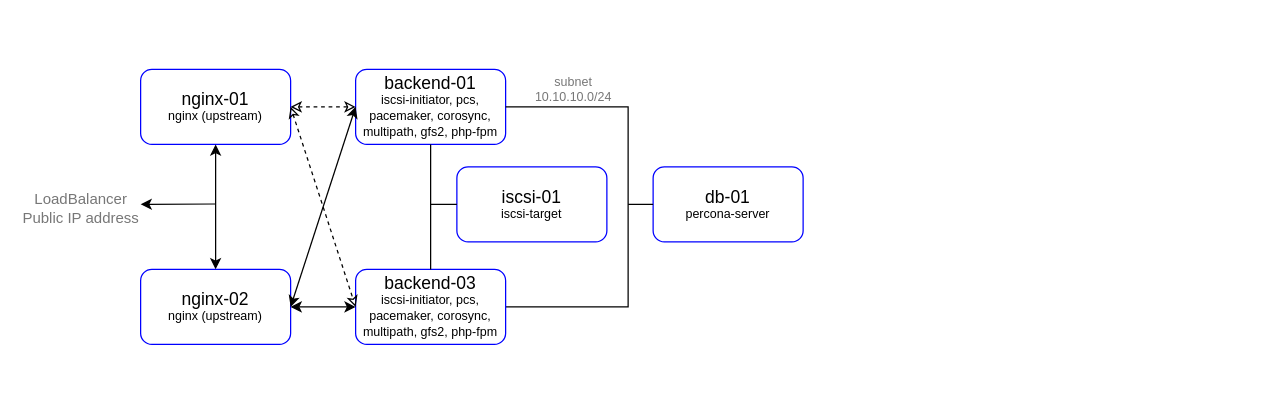
Above: pics/infra.drawio in SergSha/lab-07 (draw.io), before the change. Source tidied: cells renumbered, new cells numbered last; positions are measured from the earlier drawing's top-left corner, leaving out a move shared by most shapes. Both pictures are drawn from the tidied source at 125%, with x=0, y=0 at pixel (80, 69).
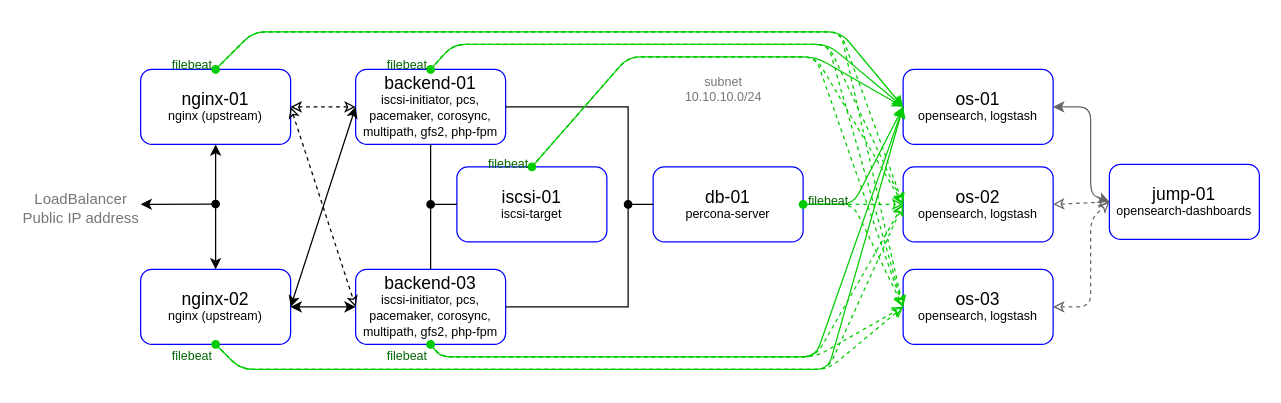
After the change.

Unchanged cells that the change refers to:
```xml
<mxCell id="2" value="&lt;p style=&quot;line-height: 100%&quot;&gt;&lt;font&gt;&lt;span style=&quot;font-size: 14px&quot;&gt;db-01&lt;br&gt;&lt;/span&gt;&lt;/font&gt;&lt;span style=&quot;font-size: 10px&quot;&gt;percona-server&lt;/span&gt;&lt;br&gt;&lt;/p&gt;" style="rounded=1;whiteSpace=wrap;html=1;strokeColor=#0000FF;" parent="1" vertex="1">
  <mxGeometry x="458" y="78" width="120" height="60" as="geometry" />
</mxCell>
<mxCell id="3" value="&lt;p style=&quot;line-height: 100%&quot;&gt;&lt;span style=&quot;font-size: 14px&quot;&gt;backend-01&lt;/span&gt;&lt;br&gt;&lt;span style=&quot;font-size: 10px&quot;&gt;iscsi-initiator, pcs, pacemaker, corosync, multipath, gfs2, php-fpm&lt;/span&gt;&lt;br&gt;&lt;/p&gt;" style="rounded=1;whiteSpace=wrap;html=1;strokeColor=#0000FF;" parent="1" vertex="1">
  <mxGeometry x="220" width="120" height="60" as="geometry" />
</mxCell>
<mxCell id="4" value="&lt;p style=&quot;line-height: 100%&quot;&gt;&lt;span style=&quot;font-size: 14px&quot;&gt;nginx-01&lt;/span&gt;&lt;br&gt;&lt;span style=&quot;font-size: 10px&quot;&gt;nginx (upstream)&lt;/span&gt;&lt;br&gt;&lt;/p&gt;" style="rounded=1;whiteSpace=wrap;html=1;strokeColor=#0000FF;" parent="1" vertex="1">
  <mxGeometry x="48" width="120" height="60" as="geometry" />
</mxCell>
<mxCell id="8" value="&lt;p style=&quot;line-height: 100%&quot;&gt;&lt;span style=&quot;font-size: 14px&quot;&gt;backend-03&lt;/span&gt;&lt;br&gt;&lt;span style=&quot;font-size: 10px&quot;&gt;iscsi-initiator, pcs, pacemaker, corosync, multipath, gfs2, php-fpm&lt;/span&gt;&lt;br&gt;&lt;/p&gt;" style="rounded=1;whiteSpace=wrap;html=1;strokeColor=#0000FF;" parent="1" vertex="1">
  <mxGeometry x="220" y="160" width="120" height="60" as="geometry" />
</mxCell>
<mxCell id="10" value="&lt;p style=&quot;line-height: 100%&quot;&gt;&lt;span style=&quot;font-size: 14px&quot;&gt;nginx-02&lt;/span&gt;&lt;br&gt;&lt;span style=&quot;font-size: 10px&quot;&gt;nginx (upstream)&lt;/span&gt;&lt;br&gt;&lt;/p&gt;" style="rounded=1;whiteSpace=wrap;html=1;strokeColor=#0000FF;" parent="1" vertex="1">
  <mxGeometry x="48" y="160" width="120" height="60" as="geometry" />
</mxCell>
<mxCell id="17" value="&lt;p style=&quot;line-height: 100%&quot;&gt;&lt;span style=&quot;font-size: 14px&quot;&gt;iscsi-01&lt;/span&gt;&lt;br&gt;&lt;span style=&quot;font-size: 10px&quot;&gt;iscsi-target&lt;/span&gt;&lt;br&gt;&lt;/p&gt;" style="rounded=1;whiteSpace=wrap;html=1;strokeColor=#0000FF;" parent="1" vertex="1">
  <mxGeometry x="301" y="78" width="120" height="60" as="geometry" />
</mxCell>
```

What changed in the source:
```diff
@@
-    <mxCell id="5" style="endArrow=none;html=1;rounded=0;exitX=0;exitY=0.5;exitDx=0;exitDy=0;" parent="1" edge="1" source="2">
+    <mxCell id="5" style="endArrow=oval;html=1;rounded=0;exitX=0;exitY=0.5;exitDx=0;exitDy=0;startArrow=none;startFill=0;endFill=1;" parent="1" edge="1" source="2">
       <mxGeometry relative="1" as="geometry">
         <mxPoint x="438" y="108" as="targetPoint" />
       </mxGeometry>
     </mxCell>
@@
     <mxCell id="9" value="&lt;font style=&quot;font-size: 10px&quot;&gt;subnet&lt;br&gt;10.10.10.0/24&lt;/font&gt;" style="edgeLabel;html=1;align=center;verticalAlign=middle;fontSize=8;fontColor=#777777;" parent="1" vertex="1">
-      <mxGeometry x="398" y="17" as="geometry">
+      <mxGeometry x="518" y="17" as="geometry">
         <mxPoint x="-5" y="-2" as="offset" />
       </mxGeometry>
     </mxCell>
@@
-    <mxCell id="12" style="endArrow=none;html=1;startArrow=classic;startFill=1;" parent="1" edge="1">
+    <mxCell id="12" style="endArrow=oval;html=1;startArrow=classic;startFill=1;endFill=1;" parent="1" edge="1">
       <mxGeometry relative="1" as="geometry">
         <mxPoint x="48" y="108" as="sourcePoint" />
         <mxPoint x="108" y="107.7" as="targetPoint" />
       </mxGeometry>
     </mxCell>
@@
-    <mxCell id="19" style="endArrow=none;html=1;strokeColor=#000000;entryX=0;entryY=0.5;entryDx=0;entryDy=0;" parent="1" edge="1" target="17">
+    <mxCell id="19" style="endArrow=none;html=1;strokeColor=#000000;entryX=0;entryY=0.5;entryDx=0;entryDy=0;startArrow=oval;startFill=1;" parent="1" edge="1" target="17">
       <mxGeometry relative="1" as="geometry">
         <mxPoint x="280" y="108" as="sourcePoint" />
       </mxGeometry>
     </mxCell>
@@
+    <mxCell id="21" value="&lt;p style=&quot;line-height: 100%&quot;&gt;&lt;font&gt;&lt;span style=&quot;font-size: 14px&quot;&gt;os-02&lt;br&gt;&lt;/span&gt;&lt;/font&gt;&lt;span style=&quot;font-size: 10px&quot;&gt;opensearch, logstash&lt;/span&gt;&lt;/p&gt;" style="rounded=1;whiteSpace=wrap;html=1;strokeColor=#0000FF;" parent="1" vertex="1">
+      <mxGeometry x="658" y="78" width="120" height="60" as="geometry" />
+    </mxCell>
+    <mxCell id="22" value="&lt;p style=&quot;line-height: 100%&quot;&gt;&lt;font&gt;&lt;span style=&quot;font-size: 14px&quot;&gt;os-01&lt;br&gt;&lt;/span&gt;&lt;/font&gt;&lt;span style=&quot;font-size: 10px&quot;&gt;opensearch, logstash&lt;/span&gt;&lt;/p&gt;" style="rounded=1;whiteSpace=wrap;html=1;strokeColor=#0000FF;" parent="1" vertex="1">
+      <mxGeometry x="658" width="120" height="60" as="geometry" />
+    </mxCell>
+    <mxCell id="23" value="&lt;p style=&quot;line-height: 100%&quot;&gt;&lt;font&gt;&lt;span style=&quot;font-size: 14px&quot;&gt;os-03&lt;br&gt;&lt;/span&gt;&lt;/font&gt;&lt;span style=&quot;font-size: 10px&quot;&gt;opensearch, logstash&lt;/span&gt;&lt;/p&gt;" style="rounded=1;whiteSpace=wrap;html=1;strokeColor=#0000FF;" parent="1" vertex="1">
+      <mxGeometry x="658" y="160" width="120" height="60" as="geometry" />
+    </mxCell>
+    <mxCell id="24" style="endArrow=classic;html=1;exitX=0.5;exitY=0;exitDx=0;exitDy=0;entryX=0;entryY=0.5;entryDx=0;entryDy=0;strokeColor=#00CC00;startArrow=oval;startFill=1;" parent="1" edge="1" source="4" target="22">
+      <mxGeometry relative="1" as="geometry">
+        <Array as="points">
+          <mxPoint x="138" y="-30" />
+          <mxPoint x="608" y="-30" />
+        </Array>
+      </mxGeometry>
+    </mxCell>
+    <mxCell id="25" style="endArrow=classic;html=1;exitX=0.5;exitY=1;exitDx=0;exitDy=0;entryX=0;entryY=0.5;entryDx=0;entryDy=0;strokeColor=#00CC00;startArrow=oval;startFill=1;" parent="1" edge="1" source="10" target="22">
+      <mxGeometry relative="1" as="geometry">
+        <Array as="points">
+          <mxPoint x="128" y="240" />
+          <mxPoint x="598" y="240" />
+        </Array>
+      </mxGeometry>
+    </mxCell>
+    <mxCell id="26" style="endArrow=classic;html=1;exitX=0.5;exitY=0;exitDx=0;exitDy=0;strokeColor=#00CC00;entryX=0;entryY=0.5;entryDx=0;entryDy=0;startArrow=oval;startFill=1;" parent="1" edge="1" source="3" target="22">
+      <mxGeometry relative="1" as="geometry">
+        <Array as="points">
+          <mxPoint x="298" y="-20" />
+          <mxPoint x="598" y="-20" />
+        </Array>
+      </mxGeometry>
+    </mxCell>
+    <mxCell id="27" style="endArrow=classic;html=1;exitX=0.5;exitY=1;exitDx=0;exitDy=0;strokeColor=#00CC00;entryX=0;entryY=0.5;entryDx=0;entryDy=0;startArrow=oval;startFill=1;" parent="1" edge="1" source="8" target="22">
+      <mxGeometry relative="1" as="geometry">
+        <Array as="points">
+          <mxPoint x="288" y="230" />
+          <mxPoint x="588" y="230" />
+        </Array>
+      </mxGeometry>
+    </mxCell>
+    <mxCell id="28" style="endArrow=classic;html=1;entryX=0;entryY=0.5;entryDx=0;entryDy=0;strokeColor=#00CC00;exitX=1;exitY=0.5;exitDx=0;exitDy=0;startArrow=oval;startFill=1;" parent="1" edge="1" source="2" target="22">
+      <mxGeometry relative="1" as="geometry">
+        <Array as="points">
+          <mxPoint x="618" y="108" />
+        </Array>
+      </mxGeometry>
+    </mxCell>
+    <mxCell id="29" style="endArrow=classic;html=1;exitX=0.5;exitY=0;exitDx=0;exitDy=0;strokeColor=#00CC00;entryX=0;entryY=0.5;entryDx=0;entryDy=0;startArrow=oval;startFill=1;" parent="1" edge="1" source="17" target="22">
+      <mxGeometry relative="1" as="geometry">
+        <Array as="points">
+          <mxPoint x="438" y="-10" />
+          <mxPoint x="588" y="-10" />
+        </Array>
+      </mxGeometry>
+    </mxCell>
+    <mxCell id="30" style="endArrow=classic;html=1;exitX=0.5;exitY=0;exitDx=0;exitDy=0;entryX=0;entryY=0.5;entryDx=0;entryDy=0;strokeColor=#00CC00;dashed=1;endFill=0;" parent="1" edge="1" target="21">
+      <mxGeometry relative="1" as="geometry">
+        <mxPoint x="108" as="sourcePoint" />
+        <Array as="points">
+          <mxPoint x="138" y="-30" />
+          <mxPoint x="608" y="-30" />
+        </Array>
+      </mxGeometry>
+    </mxCell>
+    <mxCell id="31" style="endArrow=classic;html=1;exitX=0.5;exitY=0;exitDx=0;exitDy=0;entryX=0;entryY=0.5;entryDx=0;entryDy=0;strokeColor=#00CC00;dashed=1;endFill=0;" parent="1" edge="1" target="23">
+      <mxGeometry relative="1" as="geometry">
+        <mxPoint x="108" as="sourcePoint" />
+        <Array as="points">
+          <mxPoint x="138" y="-30" />
+          <mxPoint x="608" y="-30" />
+        </Array>
+      </mxGeometry>
+    </mxCell>
+    <mxCell id="32" style="endArrow=classic;html=1;exitX=0.5;exitY=0;exitDx=0;exitDy=0;strokeColor=#00CC00;dashed=1;endFill=0;entryX=0;entryY=0.5;entryDx=0;entryDy=0;" parent="1" edge="1" target="21">
+      <mxGeometry relative="1" as="geometry">
+        <mxPoint x="280" as="sourcePoint" />
+        <Array as="points">
+          <mxPoint x="298" y="-20" />
+          <mxPoint x="598" y="-20" />
+        </Array>
+      </mxGeometry>
+    </mxCell>
+    <mxCell id="33" style="endArrow=classic;html=1;exitX=0.5;exitY=0;exitDx=0;exitDy=0;strokeColor=#00CC00;dashed=1;endFill=0;entryX=0;entryY=0.5;entryDx=0;entryDy=0;" parent="1" edge="1" target="23">
+      <mxGeometry relative="1" as="geometry">
+        <mxPoint x="280" as="sourcePoint" />
+        <Array as="points">
+          <mxPoint x="298" y="-20" />
+          <mxPoint x="598" y="-20" />
+        </Array>
+      </mxGeometry>
+    </mxCell>
+    <mxCell id="34" style="endArrow=classic;html=1;exitX=0.5;exitY=0;exitDx=0;exitDy=0;strokeColor=#00CC00;dashed=1;endFill=0;entryX=0;entryY=0.5;entryDx=0;entryDy=0;" parent="1" edge="1" target="21">
+      <mxGeometry relative="1" as="geometry">
+        <mxPoint x="361" y="78" as="sourcePoint" />
+        <Array as="points">
+          <mxPoint x="438" y="-10" />
+          <mxPoint x="588" y="-10" />
+        </Array>
+      </mxGeometry>
+    </mxCell>
+    <mxCell id="35" style="endArrow=classic;html=1;exitX=0.5;exitY=0;exitDx=0;exitDy=0;strokeColor=#00CC00;dashed=1;endFill=0;entryX=0;entryY=0.5;entryDx=0;entryDy=0;" parent="1" edge="1" target="23">
+      <mxGeometry relative="1" as="geometry">
+        <mxPoint x="361" y="78" as="sourcePoint" />
+        <Array as="points">
+          <mxPoint x="438" y="-10" />
+          <mxPoint x="588" y="-10" />
+        </Array>
+      </mxGeometry>
+    </mxCell>
+    <mxCell id="36" style="endArrow=classic;html=1;strokeColor=#00CC00;exitX=1;exitY=0.5;exitDx=0;exitDy=0;dashed=1;endFill=0;entryX=0;entryY=0.5;entryDx=0;entryDy=0;" parent="1" edge="1" target="21">
+      <mxGeometry relative="1" as="geometry">
+        <mxPoint x="578" y="108" as="sourcePoint" />
+        <Array as="points">
+          <mxPoint x="618" y="108" />
+        </Array>
+      </mxGeometry>
+    </mxCell>
+    <mxCell id="37" style="endArrow=classic;html=1;strokeColor=#00CC00;exitX=1;exitY=0.5;exitDx=0;exitDy=0;dashed=1;endFill=0;entryX=0;entryY=0.5;entryDx=0;entryDy=0;" parent="1" edge="1" target="23">
+      <mxGeometry relative="1" as="geometry">
+        <mxPoint x="578" y="108" as="sourcePoint" />
+        <Array as="points">
+          <mxPoint x="618" y="108" />
+        </Array>
+      </mxGeometry>
+    </mxCell>
+    <mxCell id="38" style="endArrow=classic;html=1;exitX=0.5;exitY=1;exitDx=0;exitDy=0;strokeColor=#00CC00;dashed=1;endFill=0;entryX=0;entryY=0.5;entryDx=0;entryDy=0;" parent="1" edge="1" target="21">
+      <mxGeometry relative="1" as="geometry">
+        <mxPoint x="280" y="220" as="sourcePoint" />
+        <Array as="points">
+          <mxPoint x="288" y="230" />
+          <mxPoint x="588" y="230" />
+        </Array>
+      </mxGeometry>
+    </mxCell>
+    <mxCell id="39" style="endArrow=classic;html=1;exitX=0.5;exitY=1;exitDx=0;exitDy=0;strokeColor=#00CC00;dashed=1;endFill=0;entryX=0;entryY=0.5;entryDx=0;entryDy=0;" parent="1" edge="1" target="23">
+      <mxGeometry relative="1" as="geometry">
+        <mxPoint x="281" y="220" as="sourcePoint" />
+        <Array as="points">
+          <mxPoint x="288" y="230" />
+          <mxPoint x="588" y="230" />
+        </Array>
+      </mxGeometry>
+    </mxCell>
+    <mxCell id="40" style="endArrow=classic;html=1;exitX=0.5;exitY=1;exitDx=0;exitDy=0;strokeColor=#00CC00;dashed=1;endFill=0;entryX=0;entryY=0.5;entryDx=0;entryDy=0;" parent="1" edge="1" target="21">
+      <mxGeometry relative="1" as="geometry">
+        <mxPoint x="108" y="220" as="sourcePoint" />
+        <Array as="points">
+          <mxPoint x="128" y="240" />
+          <mxPoint x="598" y="240" />
+        </Array>
+      </mxGeometry>
+    </mxCell>
+    <mxCell id="41" style="endArrow=classic;html=1;exitX=0.5;exitY=1;exitDx=0;exitDy=0;strokeColor=#00CC00;dashed=1;endFill=0;entryX=0;entryY=0.5;entryDx=0;entryDy=0;" parent="1" edge="1" target="23">
+      <mxGeometry relative="1" as="geometry">
+        <mxPoint x="108" y="220" as="sourcePoint" />
+        <Array as="points">
+          <mxPoint x="128" y="240" />
+          <mxPoint x="598" y="240" />
+        </Array>
+      </mxGeometry>
+    </mxCell>
+    <mxCell id="42" value="&lt;span style=&quot;font-size: 10px&quot;&gt;&lt;font color=&quot;#006600&quot;&gt;filebeat&lt;/font&gt;&lt;/span&gt;" style="edgeLabel;html=1;align=center;verticalAlign=middle;fontSize=8;fontColor=#777777;labelBackgroundColor=none;" parent="1" vertex="1">
+      <mxGeometry x="94" y="-3" as="geometry">
+        <mxPoint x="-6" y="-2" as="offset" />
+      </mxGeometry>
+    </mxCell>
+    <mxCell id="43" value="&lt;span style=&quot;font-size: 10px&quot;&gt;&lt;font color=&quot;#006600&quot;&gt;filebeat&lt;/font&gt;&lt;/span&gt;" style="edgeLabel;html=1;align=center;verticalAlign=middle;fontSize=8;fontColor=#777777;labelBackgroundColor=none;" parent="1" vertex="1">
+      <mxGeometry x="266" y="-3" as="geometry">
+        <mxPoint x="-6" y="-2" as="offset" />
+      </mxGeometry>
+    </mxCell>
+    <mxCell id="44" value="&lt;span style=&quot;font-size: 10px&quot;&gt;&lt;font color=&quot;#006600&quot;&gt;filebeat&lt;/font&gt;&lt;/span&gt;" style="edgeLabel;html=1;align=center;verticalAlign=middle;fontSize=8;fontColor=#777777;labelBackgroundColor=none;" parent="1" vertex="1">
+      <mxGeometry x="347" y="76" as="geometry">
+        <mxPoint x="-6" y="-2" as="offset" />
+      </mxGeometry>
+    </mxCell>
+    <mxCell id="45" value="&lt;span style=&quot;font-size: 10px&quot;&gt;&lt;font color=&quot;#006600&quot;&gt;filebeat&lt;/font&gt;&lt;/span&gt;" style="edgeLabel;html=1;align=center;verticalAlign=middle;fontSize=8;fontColor=#777777;labelBackgroundColor=none;" parent="1" vertex="1">
+      <mxGeometry x="94" y="230" as="geometry">
+        <mxPoint x="-6" y="-2" as="offset" />
+      </mxGeometry>
+    </mxCell>
+    <mxCell id="46" value="&lt;span style=&quot;font-size: 10px&quot;&gt;&lt;font color=&quot;#006600&quot;&gt;filebeat&lt;/font&gt;&lt;/span&gt;" style="edgeLabel;html=1;align=center;verticalAlign=middle;fontSize=8;fontColor=#777777;labelBackgroundColor=none;" parent="1" vertex="1">
+      <mxGeometry x="266" y="230" as="geometry">
+        <mxPoint x="-6" y="-2" as="offset" />
+      </mxGeometry>
+    </mxCell>
+    <mxCell id="47" value="&lt;span style=&quot;font-size: 10px&quot;&gt;&lt;font color=&quot;#006600&quot;&gt;filebeat&lt;/font&gt;&lt;/span&gt;" style="edgeLabel;html=1;align=center;verticalAlign=middle;fontSize=8;fontColor=#777777;labelBackgroundColor=none;" parent="1" vertex="1">
+      <mxGeometry x="603" y="106" as="geometry">
+        <mxPoint x="-6" y="-2" as="offset" />
+      </mxGeometry>
+    </mxCell>
+    <mxCell id="48" value="&lt;p style=&quot;line-height: 100%&quot;&gt;&lt;font&gt;&lt;span style=&quot;font-size: 14px&quot;&gt;jump-01&lt;br&gt;&lt;/span&gt;&lt;/font&gt;&lt;span style=&quot;font-size: 10px&quot;&gt;opensearch-dashboards&lt;/span&gt;&lt;/p&gt;" style="rounded=1;whiteSpace=wrap;html=1;strokeColor=#0000FF;" parent="1" vertex="1">
+      <mxGeometry x="823" y="76" width="120" height="60" as="geometry" />
+    </mxCell>
+    <mxCell id="49" style="endArrow=classic;startArrow=classic;html=1;exitX=1;exitY=0.5;exitDx=0;exitDy=0;entryX=0;entryY=0.5;entryDx=0;entryDy=0;strokeColor=#666666;" parent="1" edge="1" source="22" target="48">
+      <mxGeometry relative="1" as="geometry">
+        <Array as="points">
+          <mxPoint x="808" y="30" />
+          <mxPoint x="808" y="100" />
+        </Array>
+      </mxGeometry>
+    </mxCell>
+    <mxCell id="50" style="endArrow=classic;startArrow=classic;html=1;exitX=1;exitY=0.5;exitDx=0;exitDy=0;entryX=0;entryY=0.5;entryDx=0;entryDy=0;strokeColor=#666666;dashed=1;endFill=0;startFill=0;" parent="1" edge="1" source="21" target="48">
+      <mxGeometry relative="1" as="geometry" />
+    </mxCell>
+    <mxCell id="51" style="endArrow=classic;startArrow=classic;html=1;exitX=1;exitY=0.5;exitDx=0;exitDy=0;entryX=0;entryY=0.5;entryDx=0;entryDy=0;strokeColor=#666666;dashed=1;endFill=0;startFill=0;" parent="1" edge="1" source="23" target="48">
+      <mxGeometry relative="1" as="geometry">
+        <Array as="points">
+          <mxPoint x="808" y="190" />
+          <mxPoint x="808" y="120" />
+        </Array>
+      </mxGeometry>
+    </mxCell>
```
